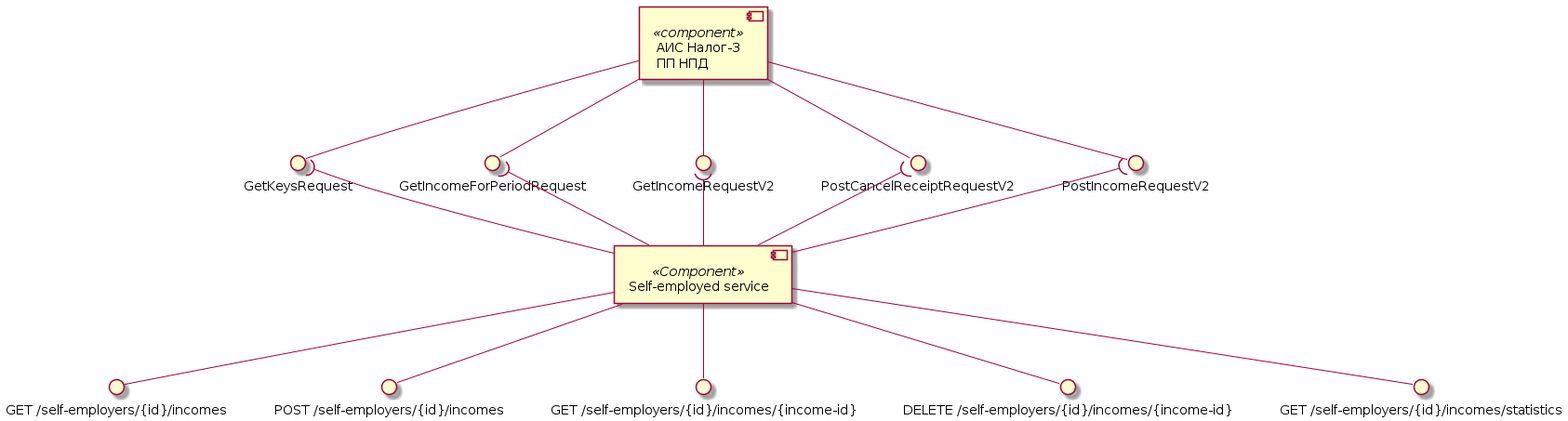
RaikBitters/ibank-internal-services keeps this PlantUML diagram as assets/images/diagrams/self-employed-service/components/incomes-components.png. Above is the earlier version. Its diagram source:
```plantuml
@startuml incomes-components

component "АИС Налог-3\nПП НПД" as Tax3 <<component>>
interface "PostIncomeRequestV2" as postIncomeRequestV2
interface "PostCancelReceiptRequestV2" as postCancelReceipt
interface "GetIncomeRequestV2" as getIncomeRequestV2
interface "GetIncomeForPeriodRequest" as getIncomeForPeriod
interface "GetKeysRequest" as getKeys

Tax3 --() postIncomeRequestV2
Tax3 --() postCancelReceipt
Tax3 --() getIncomeRequestV2
Tax3 --() getIncomeForPeriod
Tax3 --() getKeys

component "Self-employed service" as SelfEmplService <<Component>>
interface "GET /self-employers/{id}/incomes" as getIncomes
interface "POST /self-employers/{id}/incomes" as postIncome
interface "GET /self-employers/{id}/incomes/{income-id}" as getIncomesId
interface "DELETE /self-employers/{id}/incomes/{income-id}" as delIncomesId
interface "GET /self-employers/{id}/incomes/statistics" as getIncomesStatistics

SelfEmplService --() getIncomes
SelfEmplService --() postIncome
SelfEmplService --() getIncomesId
SelfEmplService --() delIncomesId
SelfEmplService --() getIncomesStatistics

SelfEmplService -up-( postIncomeRequestV2
SelfEmplService -up-( postCancelReceipt
SelfEmplService -up-( getIncomeRequestV2
SelfEmplService -up-( getIncomeForPeriod
SelfEmplService -up-( getKeys

@enduml
```
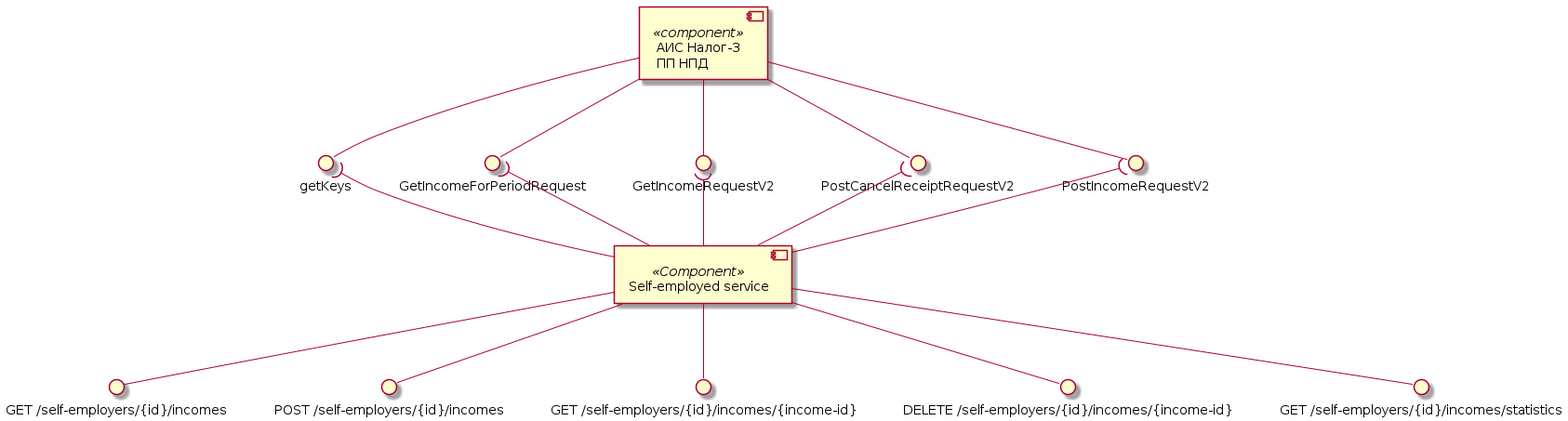
The same diagram one commit later.

What changed in the source:
```diff
@@ -5,7 +5,6 @@
 interface "PostCancelReceiptRequestV2" as postCancelReceipt
 interface "GetIncomeRequestV2" as getIncomeRequestV2
 interface "GetIncomeForPeriodRequest" as getIncomeForPeriod
-interface "GetKeysRequest" as getKeys
 
 Tax3 --() postIncomeRequestV2
 Tax3 --() postCancelReceipt
```
